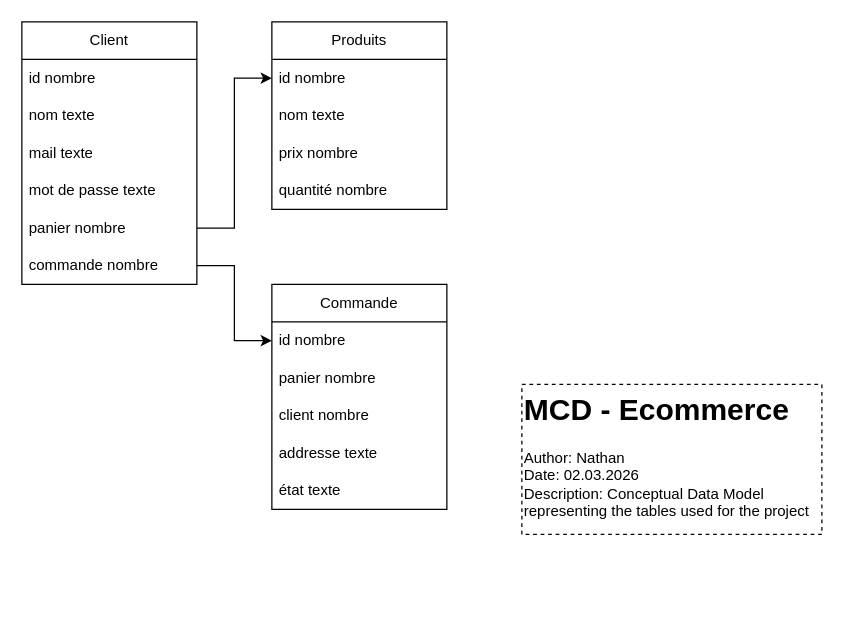
Earlier version of the draw.io diagram docs/MCD.drawio (NathanFilipowitz/ICT-324-ICT-183-E-Commerce). Source tidied: cells renumbered, new cells numbered last; positions are measured from the earlier drawing's top-left corner, leaving out a move shared by most shapes. Both pictures are drawn from the tidied source at 125%, with x=0, y=0 at pixel (21, 21).
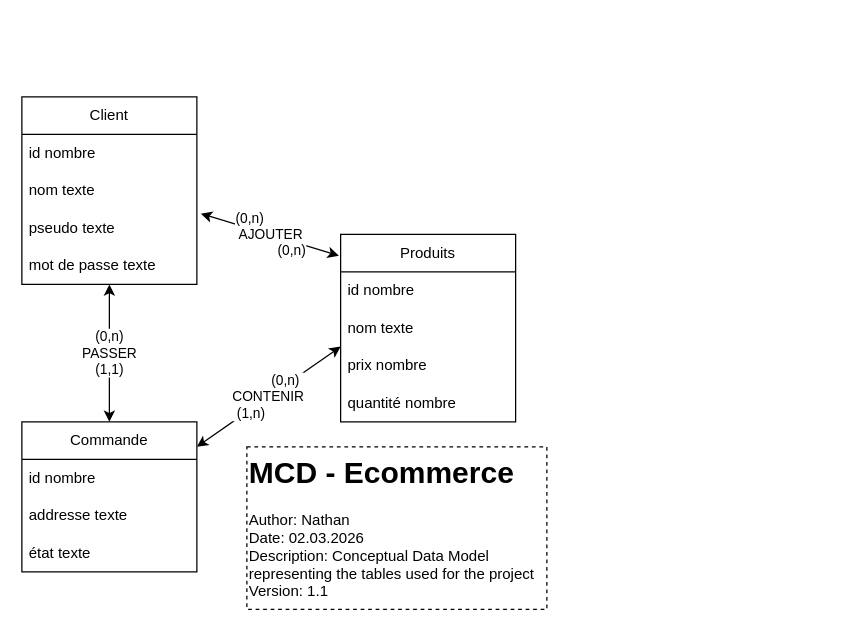
The same page after the edit.

Commit message (it also covers changes not shown here):
(docs) updated MCD to match project's modified database creation

Unchanged cells that the change refers to:
```xml
<mxCell id="3" value="id nombre" style="text;strokeColor=none;fillColor=none;align=left;verticalAlign=middle;spacingLeft=4;spacingRight=4;overflow=hidden;points=[[0,0.5],[1,0.5]];portConstraint=eastwest;whiteSpace=wrap;html=1;" parent="2" vertex="1">
  <mxGeometry y="30" width="140" height="30" as="geometry" />
</mxCell>
<mxCell id="5" value="prix nombre" style="text;strokeColor=none;fillColor=none;align=left;verticalAlign=middle;spacingLeft=4;spacingRight=4;overflow=hidden;points=[[0,0.5],[1,0.5]];portConstraint=eastwest;whiteSpace=wrap;html=1;" parent="2" vertex="1">
  <mxGeometry y="90" width="140" height="30" as="geometry" />
</mxCell>
<mxCell id="15" value="id nombre" style="text;strokeColor=none;fillColor=none;align=left;verticalAlign=middle;spacingLeft=4;spacingRight=4;overflow=hidden;points=[[0,0.5],[1,0.5]];portConstraint=eastwest;whiteSpace=wrap;html=1;" parent="14" vertex="1">
  <mxGeometry y="30" width="140" height="30" as="geometry" />
</mxCell>
```

What changed in the source:
```diff
@@
     <mxCell id="2" value="Produits" style="swimlane;fontStyle=0;horizontal=1;startSize=30;whiteSpace=wrap;html=1;" parent="1" vertex="1">
-      <mxGeometry x="200" width="140" height="150" as="geometry" />
+      <mxGeometry x="255" y="170" width="140" height="150" as="geometry" />
     </mxCell>
@@
     <mxCell id="7" value="Client" style="swimlane;fontStyle=0;horizontal=1;startSize=30;whiteSpace=wrap;html=1;" parent="1" vertex="1">
-      <mxGeometry width="140" height="210" as="geometry" />
+      <mxGeometry y="60" width="140" height="150" as="geometry" />
     </mxCell>
@@
-    <mxCell id="10" value="mail texte" style="text;strokeColor=none;fillColor=none;align=left;verticalAlign=middle;spacingLeft=4;spacingRight=4;overflow=hidden;whiteSpace=wrap;html=1;" parent="7" vertex="1">
+    <mxCell id="10" value="pseudo texte" style="text;strokeColor=none;fillColor=none;align=left;verticalAlign=middle;spacingLeft=4;spacingRight=4;overflow=hidden;whiteSpace=wrap;html=1;" parent="7" vertex="1">
       <mxGeometry y="90" width="140" height="30" as="geometry" />
     </mxCell>
@@
-    <mxCell id="12" value="panier nombre" style="text;strokeColor=none;fillColor=none;align=left;verticalAlign=middle;spacingLeft=4;spacingRight=4;overflow=hidden;points=[[0,0.5],[1,0.5]];portConstraint=eastwest;whiteSpace=wrap;html=1;" parent="7" vertex="1">
-      <mxGeometry y="150" width="140" height="30" as="geometry" />
-    </mxCell>
-    <mxCell id="13" value="commande nombre" style="text;strokeColor=none;fillColor=none;align=left;verticalAlign=middle;spacingLeft=4;spacingRight=4;overflow=hidden;points=[[0,0.5],[1,0.5]];portConstraint=eastwest;whiteSpace=wrap;html=1;" parent="7" vertex="1">
-      <mxGeometry y="180" width="140" height="30" as="geometry" />
-    </mxCell>
     <mxCell id="14" value="Commande" style="swimlane;fontStyle=0;horizontal=1;startSize=30;whiteSpace=wrap;html=1;" parent="1" vertex="1">
-      <mxGeometry x="200" y="210" width="140" height="180" as="geometry" />
+      <mxGeometry y="320" width="140" height="120" as="geometry" />
     </mxCell>
@@
-    <mxCell id="16" value="panier nombre" style="text;strokeColor=none;fillColor=none;align=left;verticalAlign=middle;spacingLeft=4;spacingRight=4;overflow=hidden;whiteSpace=wrap;html=1;" parent="14" vertex="1">
-      <mxGeometry y="60" width="140" height="30" as="geometry" />
-    </mxCell>
-    <mxCell id="17" value="client nombre" style="text;strokeColor=none;fillColor=none;align=left;verticalAlign=middle;spacingLeft=4;spacingRight=4;overflow=hidden;whiteSpace=wrap;html=1;" parent="14" vertex="1">
-      <mxGeometry y="90" width="140" height="30" as="geometry" />
-    </mxCell>
     <mxCell id="18" value="addresse texte" style="text;strokeColor=none;fillColor=none;align=left;verticalAlign=middle;spacingLeft=4;spacingRight=4;overflow=hidden;whiteSpace=wrap;html=1;" parent="14" vertex="1">
-      <mxGeometry y="120" width="140" height="30" as="geometry" />
+      <mxGeometry y="60" width="140" height="30" as="geometry" />
     </mxCell>
     <mxCell id="19" value="état texte" style="text;strokeColor=none;fillColor=none;align=left;verticalAlign=middle;spacingLeft=4;spacingRight=4;overflow=hidden;whiteSpace=wrap;html=1;" parent="14" vertex="1">
-      <mxGeometry y="150" width="140" height="30" as="geometry" />
+      <mxGeometry y="90" width="140" height="30" as="geometry" />
     </mxCell>
-    <mxCell id="20" style="edgeStyle=orthogonalEdgeStyle;rounded=0;jettySize=auto;html=1;exitX=1;exitY=0.5;exitDx=0;exitDy=0;entryX=0;entryY=0.5;entryDx=0;entryDy=0;" parent="1" edge="1" source="12" target="3">
-      <mxGeometry relative="1" as="geometry" />
-    </mxCell>
-    <mxCell id="21" style="edgeStyle=orthogonalEdgeStyle;rounded=0;jettySize=auto;html=1;exitX=1;exitY=0.5;exitDx=0;exitDy=0;entryX=0;entryY=0.5;entryDx=0;entryDy=0;" parent="1" edge="1" source="13" target="15">
-      <mxGeometry relative="1" as="geometry" />
-    </mxCell>
-    <mxCell id="22" value="&lt;h1 style=&quot;margin-top: 0px;&quot;&gt;MCD - Ecommerce&lt;/h1&gt;&lt;div&gt;Author: Nathan&lt;/div&gt;&lt;div&gt;Date: 02.03.2026&lt;/div&gt;&lt;div&gt;Description: Conceptual Data Model representing the tables used for the project&lt;/div&gt;" style="text;html=1;whiteSpace=wrap;overflow=hidden;rounded=0;fillColor=none;strokeColor=default;dashed=1;" parent="1" vertex="1">
-      <mxGeometry x="400" y="290" width="240" height="120" as="geometry" />
+    <mxCell id="22" value="&lt;h1 style=&quot;margin-top: 0px;&quot;&gt;MCD - Ecommerce&lt;/h1&gt;&lt;div&gt;Author: Nathan&lt;/div&gt;&lt;div&gt;Date: 02.03.2026&lt;/div&gt;&lt;div&gt;Description: Conceptual Data Model representing the tables used for the project&lt;/div&gt;&lt;div&gt;Version: 1.1&lt;/div&gt;" style="text;html=1;whiteSpace=wrap;overflow=hidden;rounded=0;fillColor=none;strokeColor=default;dashed=1;" parent="1" vertex="1">
+      <mxGeometry x="180" y="340" width="240" height="130" as="geometry" />
     </mxCell>
+    <mxCell id="23" value="(0,n)&lt;br&gt;PASSER&lt;br&gt;(1,1)" style="endArrow=classic;startArrow=classic;html=1;rounded=0;" parent="1" edge="1">
+      <mxGeometry relative="1" as="geometry">
+        <mxPoint x="70" y="320" as="sourcePoint" />
+        <mxPoint x="70" y="210" as="targetPoint" />
+      </mxGeometry>
+    </mxCell>
+    <mxCell id="24" value="&amp;nbsp; &amp;nbsp; &amp;nbsp; &amp;nbsp; &amp;nbsp;(0,n)&lt;br&gt;CONTENIR&lt;br&gt;(1,n)&amp;nbsp; &amp;nbsp; &amp;nbsp; &amp;nbsp; &amp;nbsp;" style="endArrow=classic;startArrow=classic;html=1;rounded=0;entryX=0;entryY=-0.007;entryDx=0;entryDy=0;entryPerimeter=0;" parent="1" edge="1" target="5">
+      <mxGeometry relative="1" as="geometry">
+        <mxPoint x="140" y="340" as="sourcePoint" />
+      </mxGeometry>
+    </mxCell>
+    <mxCell id="25" value="(0,n)&amp;nbsp; &amp;nbsp; &amp;nbsp; &amp;nbsp; &amp;nbsp; &amp;nbsp;&lt;br&gt;AJOUTER&lt;br&gt;&amp;nbsp; &amp;nbsp; &amp;nbsp; &amp;nbsp; &amp;nbsp; &amp;nbsp;(0,n)" style="endArrow=classic;startArrow=classic;html=1;rounded=0;exitX=1.023;exitY=0.113;exitDx=0;exitDy=0;entryX=-0.01;entryY=0.114;entryDx=0;entryDy=0;entryPerimeter=0;exitPerimeter=0;" parent="1" edge="1" target="2">
+      <mxGeometry relative="1" as="geometry">
+        <mxPoint x="143.2" y="153.4" as="sourcePoint" />
+      </mxGeometry>
+    </mxCell>
```
